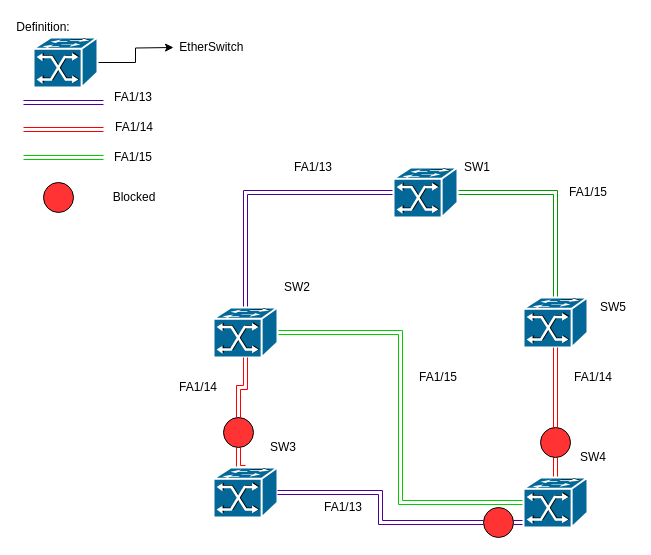
brown9804/Computer-NetworksDesigns-Hub keeps this draw.io diagram as diagrams/tree_diagram_stp.drawio. Above is the earlier version. Source tidied: cells renumbered, new cells numbered last; positions are measured from the earlier drawing's top-left corner, leaving out a move shared by most shapes. Both pictures are drawn from the tidied source at 100%, with x=0, y=0 at pixel (23, 17).
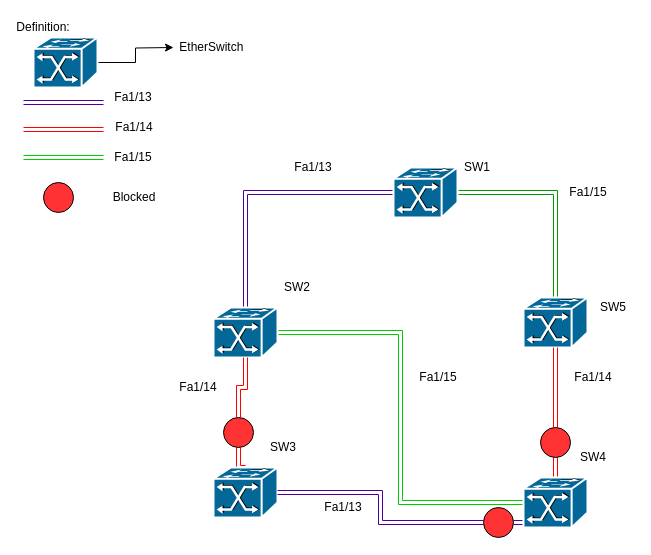
Above is the later version.

The edit, as a diff of the source:
```diff
@@
-    <mxCell id="22" value="FA1/13" style="text;html=1;strokeColor=none;fillColor=none;align=center;verticalAlign=middle;whiteSpace=wrap;rounded=0;" parent="1" vertex="1">
+    <mxCell id="22" value="Fa1/13" style="text;html=1;strokeColor=none;fillColor=none;align=center;verticalAlign=middle;whiteSpace=wrap;rounded=0;" parent="1" vertex="1">
       <mxGeometry x="270" y="140" width="40" height="20" as="geometry" />
     </mxCell>
-    <mxCell id="23" value="FA1/13" style="text;html=1;strokeColor=none;fillColor=none;align=center;verticalAlign=middle;whiteSpace=wrap;rounded=0;" parent="1" vertex="1">
+    <mxCell id="23" value="Fa1/13" style="text;html=1;strokeColor=none;fillColor=none;align=center;verticalAlign=middle;whiteSpace=wrap;rounded=0;" parent="1" vertex="1">
       <mxGeometry x="300" y="480" width="40" height="20" as="geometry" />
     </mxCell>
-    <mxCell id="24" value="FA1/14" style="text;html=1;strokeColor=none;fillColor=none;align=center;verticalAlign=middle;whiteSpace=wrap;rounded=0;" parent="1" vertex="1">
+    <mxCell id="24" value="Fa1/14" style="text;html=1;strokeColor=none;fillColor=none;align=center;verticalAlign=middle;whiteSpace=wrap;rounded=0;" parent="1" vertex="1">
       <mxGeometry x="140" y="360" width="70" height="20" as="geometry" />
     </mxCell>
-    <mxCell id="25" value="FA1/14" style="text;html=1;strokeColor=none;fillColor=none;align=center;verticalAlign=middle;whiteSpace=wrap;rounded=0;" parent="1" vertex="1">
+    <mxCell id="25" value="Fa1/14" style="text;html=1;strokeColor=none;fillColor=none;align=center;verticalAlign=middle;whiteSpace=wrap;rounded=0;" parent="1" vertex="1">
       <mxGeometry x="535" y="350" width="70" height="20" as="geometry" />
     </mxCell>
-    <mxCell id="26" value="FA1/15" style="text;html=1;strokeColor=none;fillColor=none;align=center;verticalAlign=middle;whiteSpace=wrap;rounded=0;" parent="1" vertex="1">
+    <mxCell id="26" value="Fa1/15" style="text;html=1;strokeColor=none;fillColor=none;align=center;verticalAlign=middle;whiteSpace=wrap;rounded=0;" parent="1" vertex="1">
       <mxGeometry x="530" y="165" width="70" height="20" as="geometry" />
     </mxCell>
-    <mxCell id="27" value="FA1/15" style="text;html=1;strokeColor=none;fillColor=none;align=center;verticalAlign=middle;whiteSpace=wrap;rounded=0;" parent="1" vertex="1">
+    <mxCell id="27" value="Fa1/15" style="text;html=1;strokeColor=none;fillColor=none;align=center;verticalAlign=middle;whiteSpace=wrap;rounded=0;" parent="1" vertex="1">
       <mxGeometry x="380" y="350" width="70" height="20" as="geometry" />
     </mxCell>
@@
-    <mxCell id="29" value="FA1/13" style="text;html=1;strokeColor=none;fillColor=none;align=center;verticalAlign=middle;whiteSpace=wrap;rounded=0;" parent="1" vertex="1">
+    <mxCell id="29" value="Fa1/13" style="text;html=1;strokeColor=none;fillColor=none;align=center;verticalAlign=middle;whiteSpace=wrap;rounded=0;" parent="1" vertex="1">
       <mxGeometry x="90" y="70" width="40" height="20" as="geometry" />
     </mxCell>
@@
-    <mxCell id="31" value="FA1/15" style="text;html=1;strokeColor=none;fillColor=none;align=center;verticalAlign=middle;whiteSpace=wrap;rounded=0;" parent="1" vertex="1">
+    <mxCell id="31" value="Fa1/15" style="text;html=1;strokeColor=none;fillColor=none;align=center;verticalAlign=middle;whiteSpace=wrap;rounded=0;" parent="1" vertex="1">
       <mxGeometry x="75" y="130" width="70" height="20" as="geometry" />
     </mxCell>
@@
-    <mxCell id="33" value="FA1/14" style="text;html=1;strokeColor=none;fillColor=none;align=center;verticalAlign=middle;whiteSpace=wrap;rounded=0;" parent="1" vertex="1">
+    <mxCell id="33" value="Fa1/14" style="text;html=1;strokeColor=none;fillColor=none;align=center;verticalAlign=middle;whiteSpace=wrap;rounded=0;" parent="1" vertex="1">
       <mxGeometry x="76" y="100" width="70" height="20" as="geometry" />
     </mxCell>
```
